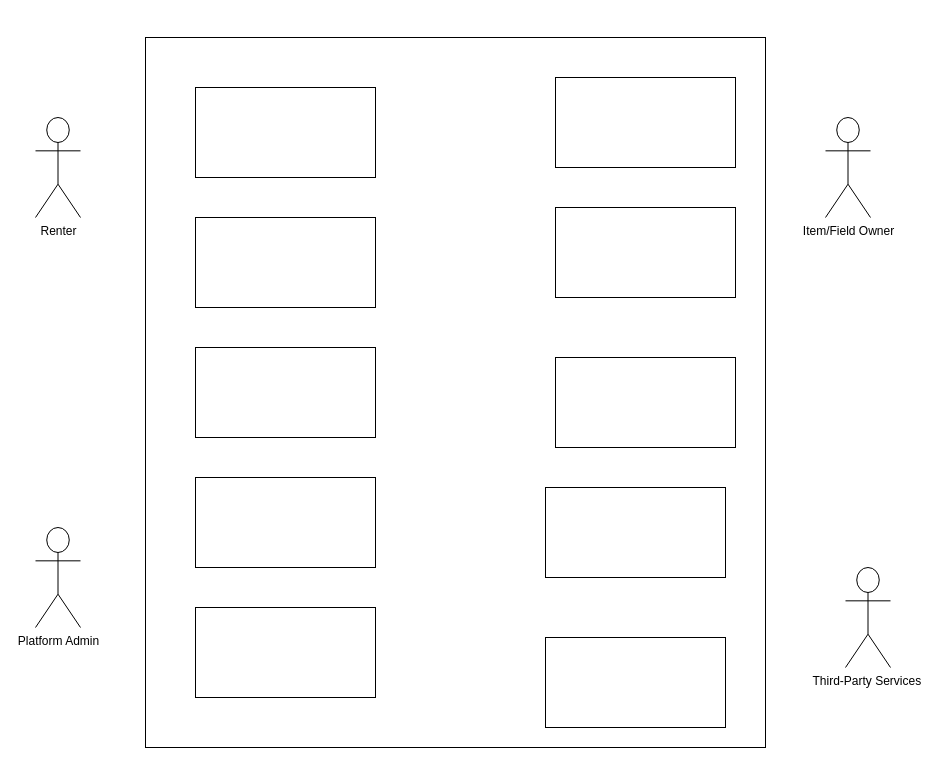
TQS-Project-25-26/SportsLink keeps this draw.io diagram as docs/aux/personas_useCases.drawio. Above is the earlier version. Source tidied: cells renumbered, new cells numbered last; positions are measured from the earlier drawing's top-left corner, leaving out a move shared by most shapes. Both pictures are drawn from the tidied source at 100%, with x=0, y=0 at pixel (35, 37).
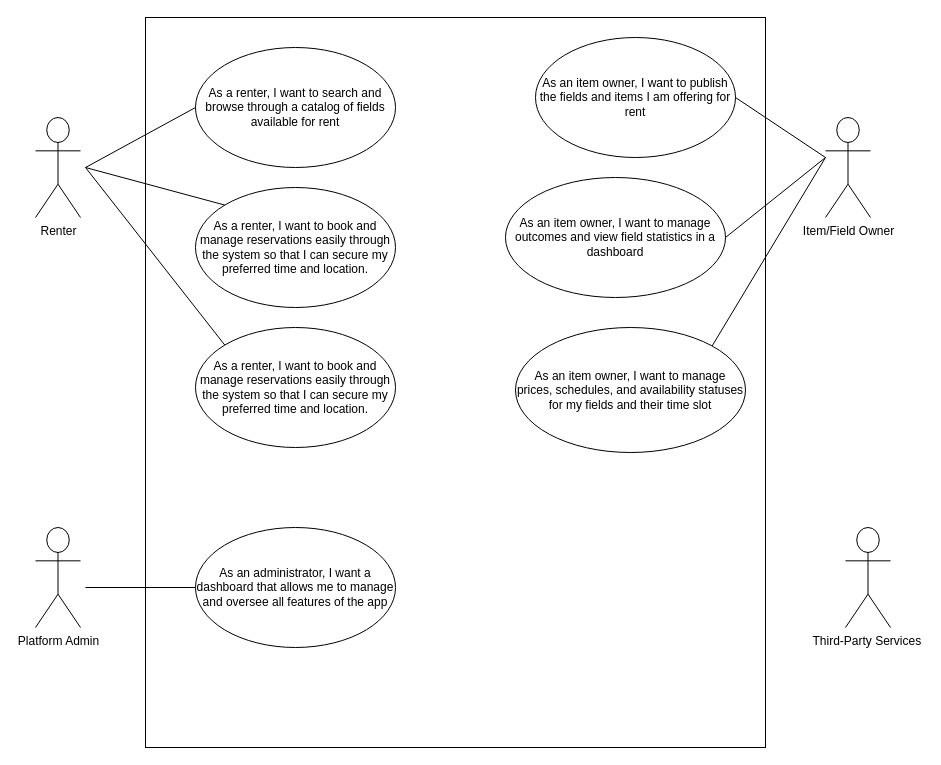
After the change.

What changed in the source:
```diff
@@
     <mxCell id="5" style="rounded=0;whiteSpace=wrap;html=1;fillColor=none;" parent="1" vertex="1">
-      <mxGeometry x="110" width="620" height="710" as="geometry" />
+      <mxGeometry x="110" y="-20" width="620" height="730" as="geometry" />
     </mxCell>
-    <mxCell id="6" style="rounded=0;whiteSpace=wrap;html=1;" parent="1" vertex="1">
-      <mxGeometry x="160" y="50" width="180" height="90" as="geometry" />
-    </mxCell>
-    <mxCell id="7" style="rounded=0;whiteSpace=wrap;html=1;" parent="1" vertex="1">
-      <mxGeometry x="160" y="180" width="180" height="90" as="geometry" />
-    </mxCell>
-    <mxCell id="8" style="rounded=0;whiteSpace=wrap;html=1;" parent="1" vertex="1">
-      <mxGeometry x="520" y="320" width="180" height="90" as="geometry" />
-    </mxCell>
-    <mxCell id="9" style="rounded=0;whiteSpace=wrap;html=1;" parent="1" vertex="1">
-      <mxGeometry x="160" y="570" width="180" height="90" as="geometry" />
-    </mxCell>
-    <mxCell id="10" style="rounded=0;whiteSpace=wrap;html=1;" parent="1" vertex="1">
-      <mxGeometry x="160" y="310" width="180" height="90" as="geometry" />
-    </mxCell>
-    <mxCell id="11" style="rounded=0;whiteSpace=wrap;html=1;" parent="1" vertex="1">
-      <mxGeometry x="520" y="40" width="180" height="90" as="geometry" />
-    </mxCell>
-    <mxCell id="12" style="rounded=0;whiteSpace=wrap;html=1;" parent="1" vertex="1">
-      <mxGeometry x="520" y="170" width="180" height="90" as="geometry" />
-    </mxCell>
     <mxCell id="13" value="Third-Party Services&amp;nbsp;" style="shape=umlActor;verticalLabelPosition=bottom;verticalAlign=top;html=1;" parent="1" vertex="1">
-      <mxGeometry x="810" y="530" width="45" height="100" as="geometry" />
+      <mxGeometry x="810" y="490" width="45" height="100" as="geometry" />
     </mxCell>
-    <mxCell id="14" style="rounded=0;whiteSpace=wrap;html=1;" parent="1" vertex="1">
-      <mxGeometry x="510" y="600" width="180" height="90" as="geometry" />
-    </mxCell>
-    <mxCell id="15" style="rounded=0;whiteSpace=wrap;html=1;" parent="1" vertex="1">
-      <mxGeometry x="510" y="450" width="180" height="90" as="geometry" />
-    </mxCell>
-    <mxCell id="16" style="rounded=0;whiteSpace=wrap;html=1;" parent="1" vertex="1">
-      <mxGeometry x="160" y="440" width="180" height="90" as="geometry" />
+    <mxCell id="16" value="&lt;span style=&quot;color: rgb(0, 0, 0);&quot;&gt;As a renter, I want to search and browse through a catalog of fields available for rent&lt;/span&gt;" style="ellipse;whiteSpace=wrap;html=1;" parent="1" vertex="1">
+      <mxGeometry x="160" y="10" width="200" height="120" as="geometry" />
     </mxCell>
+    <mxCell id="17" value="As a renter, I want to book and manage reservations easily through the system so that I can secure my preferred time and location." style="ellipse;whiteSpace=wrap;html=1;" parent="1" vertex="1">
+      <mxGeometry x="160" y="150" width="200" height="120" as="geometry" />
+    </mxCell>
+    <mxCell id="18" value="As a renter, I want to book and manage reservations easily through the system so that I can secure my preferred time and location." style="ellipse;whiteSpace=wrap;html=1;" parent="1" vertex="1">
+      <mxGeometry x="160" y="290" width="200" height="120" as="geometry" />
+    </mxCell>
+    <mxCell id="19" value="As an item owner, I want to publish the fields and items I am offering for rent" style="ellipse;whiteSpace=wrap;html=1;" parent="1" vertex="1">
+      <mxGeometry x="500" width="200" height="120" as="geometry" />
+    </mxCell>
+    <mxCell id="20" value="As an item owner, I want to manage outcomes and view field statistics in a dashboard" style="ellipse;whiteSpace=wrap;html=1;" parent="1" vertex="1">
+      <mxGeometry x="470" y="140" width="220" height="120" as="geometry" />
+    </mxCell>
+    <mxCell id="21" value="As an item owner, I want to manage prices, schedules, and availability statuses for my fields and their time slot" style="ellipse;whiteSpace=wrap;html=1;" parent="1" vertex="1">
+      <mxGeometry x="480" y="290" width="230" height="125" as="geometry" />
+    </mxCell>
+    <mxCell id="22" style="endArrow=none;html=1;entryX=0;entryY=0.5;entryDx=0;entryDy=0;" parent="1" edge="1" target="16">
+      <mxGeometry relative="1" as="geometry">
+        <mxPoint x="50" y="130" as="sourcePoint" />
+      </mxGeometry>
+    </mxCell>
+    <mxCell id="23" style="endArrow=none;html=1;entryX=0;entryY=0;entryDx=0;entryDy=0;" parent="1" edge="1" target="17">
+      <mxGeometry relative="1" as="geometry">
+        <mxPoint x="50" y="130" as="sourcePoint" />
+      </mxGeometry>
+    </mxCell>
+    <mxCell id="24" style="endArrow=none;html=1;entryX=0;entryY=0;entryDx=0;entryDy=0;" parent="1" edge="1" target="18">
+      <mxGeometry relative="1" as="geometry">
+        <mxPoint x="50" y="130" as="sourcePoint" />
+      </mxGeometry>
+    </mxCell>
+    <mxCell id="25" style="endArrow=none;html=1;exitX=1;exitY=0.5;exitDx=0;exitDy=0;" parent="1" edge="1" source="19">
+      <mxGeometry relative="1" as="geometry">
+        <mxPoint x="790" y="120" as="targetPoint" />
+      </mxGeometry>
+    </mxCell>
+    <mxCell id="26" style="endArrow=none;html=1;exitX=1;exitY=0.5;exitDx=0;exitDy=0;" parent="1" edge="1" source="20">
+      <mxGeometry relative="1" as="geometry">
+        <mxPoint x="790" y="120" as="targetPoint" />
+      </mxGeometry>
+    </mxCell>
+    <mxCell id="27" style="endArrow=none;html=1;exitX=1;exitY=0;exitDx=0;exitDy=0;" parent="1" edge="1" source="21">
+      <mxGeometry relative="1" as="geometry">
+        <mxPoint x="790" y="120" as="targetPoint" />
+      </mxGeometry>
+    </mxCell>
+    <mxCell id="28" value="As an administrator, I want a dashboard that allows me to manage and oversee all features of the app" style="ellipse;whiteSpace=wrap;html=1;" parent="1" vertex="1">
+      <mxGeometry x="160" y="490" width="200" height="120" as="geometry" />
+    </mxCell>
+    <mxCell id="29" style="endArrow=none;html=1;entryX=0;entryY=0.5;entryDx=0;entryDy=0;" parent="1" edge="1" target="28">
+      <mxGeometry relative="1" as="geometry">
+        <mxPoint x="50" y="550" as="sourcePoint" />
+      </mxGeometry>
+    </mxCell>
```
